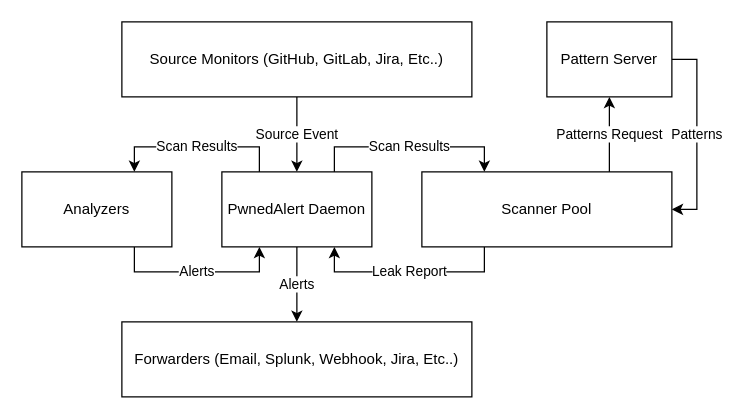
Before: assets/PwnedAlert.drawio in leaktk/docs, a draw.io diagram. Source tidied: cells renumbered, new cells numbered last; positions are measured from the earlier drawing's top-left corner, leaving out a move shared by most shapes. Both pictures are drawn from the tidied source at 125%, with x=0, y=0 at pixel (21, 21).
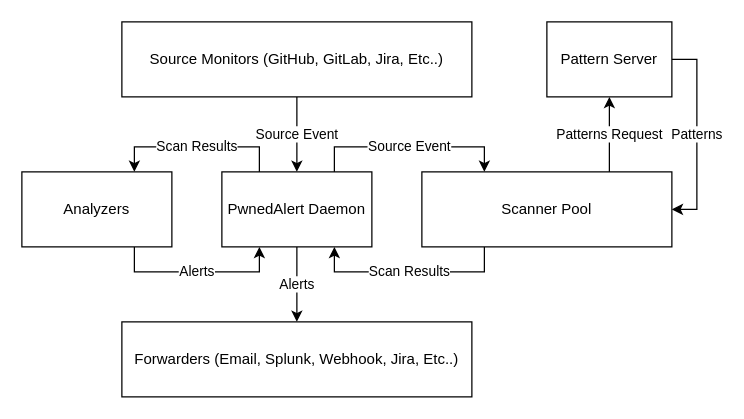
After the change.

What changed in the source:
```diff
@@
 <mxGraphModel>
   <root>
     <mxCell id="0" />
     <mxCell id="1" parent="0" />
     <mxCell id="2" value="Source Event" style="edgeStyle=orthogonalEdgeStyle;rounded=0;jettySize=auto;html=1;exitX=0.5;exitY=1;exitDx=0;exitDy=0;entryX=0.5;entryY=0;entryDx=0;entryDy=0;" parent="1" edge="1" source="3" target="7">
       <mxGeometry relative="1" as="geometry" />
     </mxCell>
     <mxCell id="3" value="Source Monitors (GitHub, GitLab, Jira, Etc..)" style="rounded=0;whiteSpace=wrap;html=1;" parent="1" vertex="1">
       <mxGeometry x="80" width="280" height="60" as="geometry" />
     </mxCell>
-    <mxCell id="4" value="Scan Results" style="edgeStyle=orthogonalEdgeStyle;rounded=0;jettySize=auto;html=1;exitX=0.75;exitY=0;exitDx=0;exitDy=0;entryX=0.25;entryY=0;entryDx=0;entryDy=0;" parent="1" edge="1" source="7" target="12">
+    <mxCell id="4" value="Source Event" style="edgeStyle=orthogonalEdgeStyle;rounded=0;jettySize=auto;html=1;exitX=0.75;exitY=0;exitDx=0;exitDy=0;entryX=0.25;entryY=0;entryDx=0;entryDy=0;" parent="1" edge="1" source="7" target="12">
       <mxGeometry relative="1" as="geometry" />
     </mxCell>
     <mxCell id="5" value="Scan Results" style="edgeStyle=orthogonalEdgeStyle;rounded=0;jettySize=auto;html=1;exitX=0.25;exitY=0;exitDx=0;exitDy=0;entryX=0.75;entryY=0;entryDx=0;entryDy=0;" parent="1" edge="1" source="7" target="14">
       <mxGeometry relative="1" as="geometry" />
     </mxCell>
     <mxCell id="6" value="Alerts" style="edgeStyle=orthogonalEdgeStyle;rounded=0;jettySize=auto;html=1;exitX=0.5;exitY=1;exitDx=0;exitDy=0;entryX=0.5;entryY=0;entryDx=0;entryDy=0;" parent="1" edge="1" source="7" target="15">
       <mxGeometry relative="1" as="geometry" />
     </mxCell>
     <mxCell id="7" value="PwnedAlert Daemon" style="rounded=0;whiteSpace=wrap;html=1;" parent="1" vertex="1">
       <mxGeometry x="160" y="120" width="120" height="60" as="geometry" />
     </mxCell>
     <mxCell id="8" value="Patterns" style="edgeStyle=orthogonalEdgeStyle;rounded=0;jettySize=auto;html=1;exitX=1;exitY=0.5;exitDx=0;exitDy=0;entryX=1;entryY=0.5;entryDx=0;entryDy=0;" parent="1" edge="1" source="9" target="12">
       <mxGeometry relative="1" as="geometry" />
     </mxCell>
     <mxCell id="9" value="Pattern Server" style="rounded=0;whiteSpace=wrap;html=1;" parent="1" vertex="1">
       <mxGeometry x="420" width="100" height="60" as="geometry" />
     </mxCell>
-    <mxCell id="10" value="Leak Report" style="edgeStyle=orthogonalEdgeStyle;rounded=0;jettySize=auto;html=1;exitX=0.25;exitY=1;exitDx=0;exitDy=0;entryX=0.75;entryY=1;entryDx=0;entryDy=0;" parent="1" edge="1" source="12" target="7">
+    <mxCell id="10" value="Scan Results" style="edgeStyle=orthogonalEdgeStyle;rounded=0;jettySize=auto;html=1;exitX=0.25;exitY=1;exitDx=0;exitDy=0;entryX=0.75;entryY=1;entryDx=0;entryDy=0;" parent="1" edge="1" source="12" target="7">
       <mxGeometry relative="1" as="geometry" />
     </mxCell>
     <mxCell id="11" value="Patterns Request" style="edgeStyle=orthogonalEdgeStyle;rounded=0;jettySize=auto;html=1;exitX=0.75;exitY=0;exitDx=0;exitDy=0;entryX=0.5;entryY=1;entryDx=0;entryDy=0;" parent="1" edge="1" source="12" target="9">
       <mxGeometry relative="1" as="geometry" />
     </mxCell>
     <mxCell id="12" value="Scanner Pool" style="rounded=0;whiteSpace=wrap;html=1;" parent="1" vertex="1">
       <mxGeometry x="320" y="120" width="200" height="60" as="geometry" />
     </mxCell>
     <mxCell id="13" value="Alerts" style="edgeStyle=orthogonalEdgeStyle;rounded=0;jettySize=auto;html=1;exitX=0.75;exitY=1;exitDx=0;exitDy=0;entryX=0.25;entryY=1;entryDx=0;entryDy=0;" parent="1" edge="1" source="14" target="7">
       <mxGeometry relative="1" as="geometry" />
     </mxCell>
     <mxCell id="14" value="Analyzers" style="rounded=0;whiteSpace=wrap;html=1;" parent="1" vertex="1">
       <mxGeometry y="120" width="120" height="60" as="geometry" />
     </mxCell>
     <mxCell id="15" value="Forwarders (Email, Splunk, Webhook, Jira, Etc..)" style="rounded=0;whiteSpace=wrap;html=1;" parent="1" vertex="1">
       <mxGeometry x="80" y="240" width="280" height="60" as="geometry" />
     </mxCell>
   </root>
 </mxGraphModel>
```
